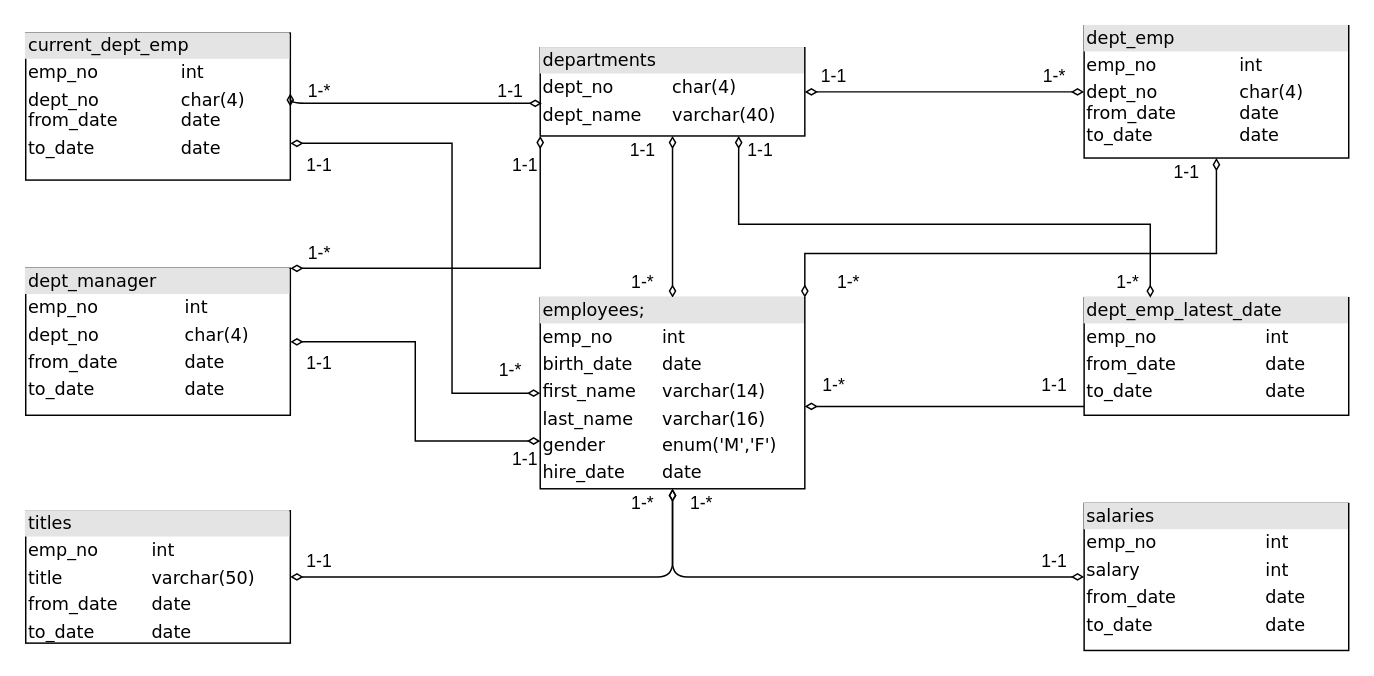
Before: act2/Relation Diagram.drawio in DemiurgeApeiron/A01028325-InternetOfThings, a draw.io diagram. Source tidied: cells renumbered, new cells numbered last; positions are measured from the earlier drawing's top-left corner, leaving out a move shared by most shapes. Both pictures are drawn from the tidied source at 147%, with x=0, y=0 at pixel (25, 25).
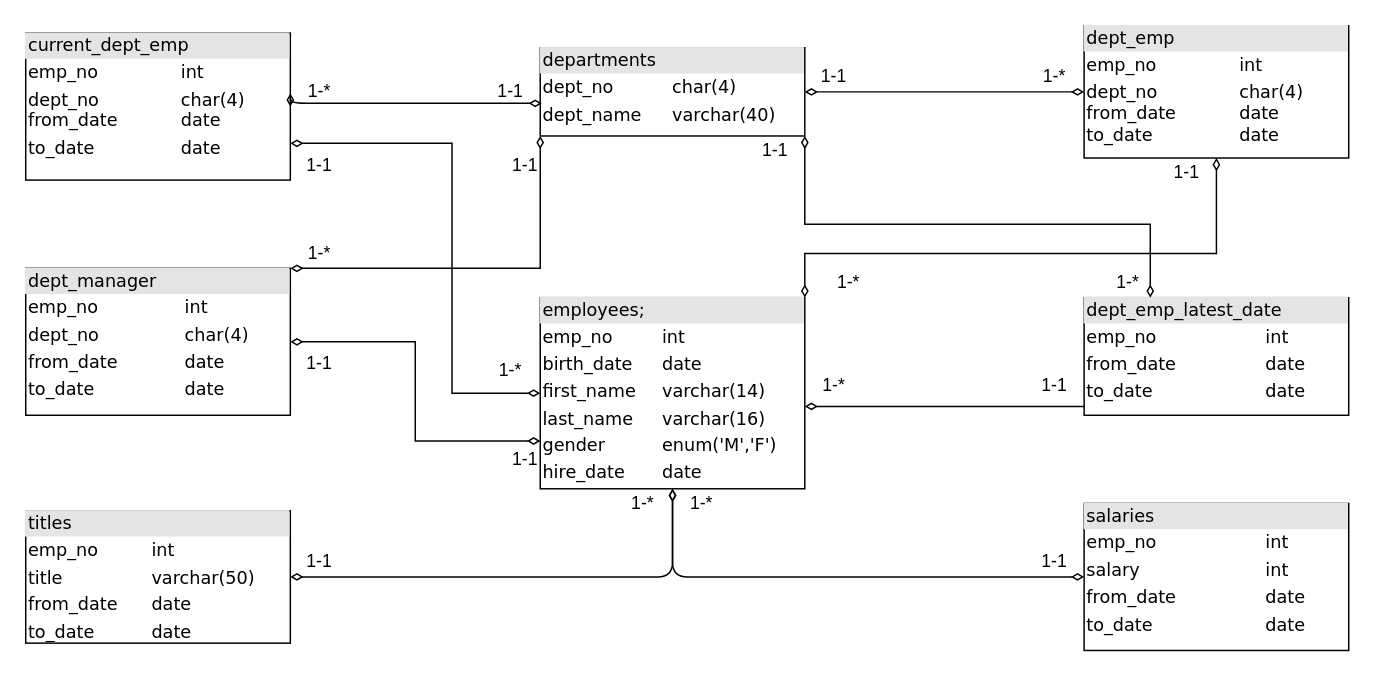
After the change.

The change refers to these unchanged cells:
```xml
<mxCell id="6" value="&lt;div style=&quot;box-sizing: border-box ; width: 100% ; background: #e4e4e4 ; padding: 2px&quot;&gt;departments&lt;/div&gt;&lt;table style=&quot;width: 100% ; font-size: 1em&quot; cellspacing=&quot;0&quot; cellpadding=&quot;2&quot;&gt;&lt;tbody&gt;&lt;tr&gt;&lt;td&gt;dept_no&lt;/td&gt;&lt;td&gt;char(4)&lt;/td&gt;&lt;/tr&gt;&lt;tr&gt;&lt;td&gt;dept_name&lt;/td&gt;&lt;td&gt;varchar(40)&lt;/td&gt;&lt;/tr&gt;&lt;tr&gt;&lt;td&gt;&lt;br&gt;&lt;/td&gt;&lt;td&gt;&lt;br&gt;&lt;/td&gt;&lt;/tr&gt;&lt;tr&gt;&lt;td&gt;&lt;br&gt;&lt;/td&gt;&lt;td&gt;&lt;br&gt;&lt;/td&gt;&lt;/tr&gt;&lt;tr&gt;&lt;td&gt;&lt;br&gt;&lt;/td&gt;&lt;td&gt;&lt;br&gt;&lt;/td&gt;&lt;/tr&gt;&lt;tr&gt;&lt;td&gt;&lt;br&gt;&lt;/td&gt;&lt;td&gt;&lt;br&gt;&lt;/td&gt;&lt;/tr&gt;&lt;/tbody&gt;&lt;/table&gt;" style="verticalAlign=top;align=left;overflow=fill;html=1;rounded=0;shadow=0;comic=0;labelBackgroundColor=none;strokeWidth=1;fontFamily=Verdana;fontSize=12;" parent="1" vertex="1">
  <mxGeometry x="350" y="15" width="180" height="60" as="geometry" />
</mxCell>
<mxCell id="13" value="&lt;div style=&quot;box-sizing: border-box ; width: 100% ; background: #e4e4e4 ; padding: 2px&quot;&gt;employees;&lt;/div&gt;&lt;table style=&quot;width: 100% ; font-size: 1em&quot; cellspacing=&quot;0&quot; cellpadding=&quot;2&quot;&gt;&lt;tbody&gt;&lt;tr&gt;&lt;td&gt;emp_no&lt;/td&gt;&lt;td&gt;int&lt;/td&gt;&lt;/tr&gt;&lt;tr&gt;&lt;td&gt;birth_date&lt;/td&gt;&lt;td&gt;date&lt;/td&gt;&lt;/tr&gt;&lt;tr&gt;&lt;td&gt;first_name&lt;br&gt;&lt;/td&gt;&lt;td&gt;varchar(14)&lt;/td&gt;&lt;/tr&gt;&lt;tr&gt;&lt;td&gt;last_name&lt;br&gt;&lt;/td&gt;&lt;td&gt;varchar(16)&lt;br&gt;&lt;/td&gt;&lt;/tr&gt;&lt;tr&gt;&lt;td&gt;gender&lt;br&gt;&lt;/td&gt;&lt;td&gt;enum('M','F')&lt;br&gt;&lt;/td&gt;&lt;/tr&gt;&lt;tr&gt;&lt;td&gt;hire_date&lt;br&gt;&lt;/td&gt;&lt;td&gt;date&lt;br&gt;&lt;/td&gt;&lt;/tr&gt;&lt;tr&gt;&lt;td&gt;&lt;br&gt;&lt;/td&gt;&lt;td&gt;&lt;br&gt;&lt;/td&gt;&lt;/tr&gt;&lt;tr&gt;&lt;td&gt;&lt;br&gt;&lt;/td&gt;&lt;td&gt;&lt;br&gt;&lt;/td&gt;&lt;/tr&gt;&lt;tr&gt;&lt;td&gt;&lt;br&gt;&lt;/td&gt;&lt;td&gt;&lt;br&gt;&lt;/td&gt;&lt;/tr&gt;&lt;tr&gt;&lt;td&gt;&lt;br&gt;&lt;/td&gt;&lt;td&gt;&lt;br&gt;&lt;/td&gt;&lt;/tr&gt;&lt;tr&gt;&lt;td&gt;&lt;br&gt;&lt;/td&gt;&lt;td&gt;&lt;br&gt;&lt;/td&gt;&lt;/tr&gt;&lt;tr&gt;&lt;td&gt;&lt;br&gt;&lt;/td&gt;&lt;td&gt;&lt;br&gt;&lt;/td&gt;&lt;/tr&gt;&lt;tr&gt;&lt;td&gt;&lt;br&gt;&lt;/td&gt;&lt;td&gt;&lt;br&gt;&lt;/td&gt;&lt;/tr&gt;&lt;tr&gt;&lt;td&gt;&lt;br&gt;&lt;/td&gt;&lt;td&gt;&lt;br&gt;&lt;/td&gt;&lt;/tr&gt;&lt;tr&gt;&lt;td&gt;&lt;br&gt;&lt;/td&gt;&lt;td&gt;&lt;br&gt;&lt;/td&gt;&lt;/tr&gt;&lt;tr&gt;&lt;td&gt;&lt;br&gt;&lt;/td&gt;&lt;td&gt;&lt;br&gt;&lt;/td&gt;&lt;/tr&gt;&lt;tr&gt;&lt;td&gt;&lt;br&gt;&lt;/td&gt;&lt;td&gt;&lt;br&gt;&lt;/td&gt;&lt;/tr&gt;&lt;/tbody&gt;&lt;/table&gt;" style="verticalAlign=top;align=left;overflow=fill;html=1;rounded=0;shadow=0;comic=0;labelBackgroundColor=none;strokeWidth=1;fontFamily=Verdana;fontSize=12;" parent="1" vertex="1">
  <mxGeometry x="350" y="185" width="180" height="130" as="geometry" />
</mxCell>
<mxCell id="14" value="&lt;div style=&quot;box-sizing: border-box ; width: 100% ; background: #e4e4e4 ; padding: 2px&quot;&gt;dept_emp_latest_date&lt;/div&gt;&lt;table style=&quot;width: 100% ; font-size: 1em&quot; cellspacing=&quot;0&quot; cellpadding=&quot;2&quot;&gt;&lt;tbody&gt;&lt;tr&gt;&lt;td&gt;emp_no&lt;/td&gt;&lt;td&gt;int&lt;/td&gt;&lt;/tr&gt;&lt;tr&gt;&lt;td&gt;from_date&lt;/td&gt;&lt;td&gt;date&lt;/td&gt;&lt;/tr&gt;&lt;tr&gt;&lt;td&gt;to_date&lt;/td&gt;&lt;td&gt;date&lt;/td&gt;&lt;/tr&gt;&lt;tr&gt;&lt;td&gt;&lt;br&gt;&lt;/td&gt;&lt;td&gt;&lt;br&gt;&lt;/td&gt;&lt;/tr&gt;&lt;tr&gt;&lt;td&gt;&lt;br&gt;&lt;/td&gt;&lt;td&gt;&lt;br&gt;&lt;/td&gt;&lt;/tr&gt;&lt;tr&gt;&lt;td&gt;&lt;br&gt;&lt;/td&gt;&lt;td&gt;&lt;br&gt;&lt;/td&gt;&lt;/tr&gt;&lt;tr&gt;&lt;td&gt;&lt;br&gt;&lt;/td&gt;&lt;td&gt;&lt;br&gt;&lt;/td&gt;&lt;/tr&gt;&lt;tr&gt;&lt;td&gt;&lt;br&gt;&lt;/td&gt;&lt;td&gt;&lt;br&gt;&lt;/td&gt;&lt;/tr&gt;&lt;tr&gt;&lt;td&gt;&lt;br&gt;&lt;/td&gt;&lt;td&gt;&lt;br&gt;&lt;/td&gt;&lt;/tr&gt;&lt;tr&gt;&lt;td&gt;&lt;br&gt;&lt;/td&gt;&lt;td&gt;&lt;br&gt;&lt;/td&gt;&lt;/tr&gt;&lt;tr&gt;&lt;td&gt;&lt;br&gt;&lt;/td&gt;&lt;td&gt;&lt;br&gt;&lt;/td&gt;&lt;/tr&gt;&lt;tr&gt;&lt;td&gt;&lt;br&gt;&lt;/td&gt;&lt;td&gt;&lt;br&gt;&lt;/td&gt;&lt;/tr&gt;&lt;/tbody&gt;&lt;/table&gt;" style="verticalAlign=top;align=left;overflow=fill;html=1;rounded=0;shadow=0;comic=0;labelBackgroundColor=none;strokeWidth=1;fontFamily=Verdana;fontSize=12;" parent="1" vertex="1">
  <mxGeometry x="720" y="185" width="180" height="80" as="geometry" />
</mxCell>
```

Diff of the diagram source:
```diff
@@
-    <mxCell id="3" style="edgeStyle=orthogonalEdgeStyle;html=1;entryX=0.5;entryY=0;labelBackgroundColor=none;startArrow=diamondThin;endArrow=diamondThin;fontFamily=Verdana;fontSize=12;align=left;endFill=0;startFill=0;" parent="1" edge="1" source="6" target="13">
-      <mxGeometry relative="1" as="geometry" />
-    </mxCell>
@@
-    <mxCell id="21" style="endArrow=diamondThin;html=1;strokeWidth=1;entryX=0.25;entryY=0;entryDx=0;entryDy=0;exitX=0.75;exitY=1;exitDx=0;exitDy=0;endFill=0;startArrow=diamondThin;startFill=0;rounded=0;" parent="1" edge="1" source="6" target="14">
+    <mxCell id="21" style="endArrow=diamondThin;html=1;strokeWidth=1;entryX=0.25;entryY=0;entryDx=0;entryDy=0;exitX=1;exitY=1;exitDx=0;exitDy=0;endFill=0;startArrow=diamondThin;startFill=0;rounded=0;" parent="1" edge="1" source="6" target="14">
       <mxGeometry relative="1" as="geometry">
         <Array as="points">
-          <mxPoint x="485" y="135" />
+          <mxPoint x="530" y="135" />
           <mxPoint x="765" y="135" />
         </Array>
       </mxGeometry>
     </mxCell>
@@
-    <mxCell id="26" value="1-1" style="text;html=1;strokeColor=none;fillColor=none;align=center;verticalAlign=middle;whiteSpace=wrap;rounded=0;" parent="1" vertex="1">
-      <mxGeometry x="400" y="75" width="40" height="20" as="geometry" />
-    </mxCell>
-    <mxCell id="27" value="1-*" style="text;html=1;strokeColor=none;fillColor=none;align=center;verticalAlign=middle;whiteSpace=wrap;rounded=0;" parent="1" vertex="1">
-      <mxGeometry x="400" y="165" width="40" height="20" as="geometry" />
-    </mxCell>
@@
     <mxCell id="37" value="1-1" style="text;html=1;strokeColor=none;fillColor=none;align=center;verticalAlign=middle;whiteSpace=wrap;rounded=0;" parent="1" vertex="1">
-      <mxGeometry x="480" y="75" width="40" height="20" as="geometry" />
+      <mxGeometry x="490" y="75" width="40" height="20" as="geometry" />
     </mxCell>
```
